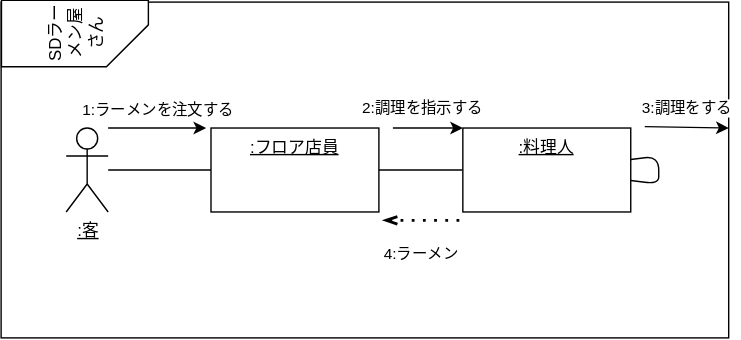
Earlier version of the draw.io export 例題5-1_ラーメン注文配膳.drawio.svg (nakamachiJP/uml-introduction). Source tidied: cells renumbered, new cells last; positions are measured from the earlier drawing's top-left corner, leaving out a move shared by most shapes. Source of this version:
```xml
<mxGraphModel>
  <root>
    <mxCell id="0" />
    <mxCell id="1" parent="0" />
    <mxCell id="2" style="rounded=0;whiteSpace=wrap;html=1;" parent="1" vertex="1">
      <mxGeometry y="30" width="520" height="240" as="geometry" />
    </mxCell>
    <mxCell id="3" value="SDラーメン屋さん" style="shape=card;whiteSpace=wrap;html=1;rotation=-90;flipV=1;" parent="1" vertex="1">
      <mxGeometry x="29" width="47.5" height="105" as="geometry" />
    </mxCell>
    <mxCell id="4" style="edgeStyle=none;html=1;endArrow=none;endFill=0;" parent="1" edge="1" source="5" target="7">
      <mxGeometry relative="1" as="geometry" />
    </mxCell>
    <mxCell id="5" value="&lt;u&gt;:客&lt;/u&gt;" style="shape=umlActor;verticalLabelPosition=bottom;verticalAlign=top;html=1;outlineConnect=0;" parent="1" vertex="1">
      <mxGeometry x="46.5" y="120" width="30" height="60" as="geometry" />
    </mxCell>
    <mxCell id="6" style="edgeStyle=none;html=1;endArrow=none;endFill=0;" parent="1" edge="1" source="7" target="8">
      <mxGeometry relative="1" as="geometry" />
    </mxCell>
    <mxCell id="7" value="&lt;u&gt;:フロア店員&lt;/u&gt;" style="whiteSpace=wrap;html=1;verticalAlign=top;" parent="1" vertex="1">
      <mxGeometry x="150" y="120" width="120" height="60" as="geometry" />
    </mxCell>
    <mxCell id="8" value="&lt;u&gt;:料理人&lt;/u&gt;" style="whiteSpace=wrap;html=1;verticalAlign=top;" parent="1" vertex="1">
      <mxGeometry x="330" y="120" width="120" height="60" as="geometry" />
    </mxCell>
    <mxCell id="9" style="endArrow=classic;html=1;" parent="1" edge="1">
      <mxGeometry relative="1" as="geometry">
        <mxPoint x="76.5" y="120" as="sourcePoint" />
        <mxPoint x="146.5" y="120" as="targetPoint" />
      </mxGeometry>
    </mxCell>
    <mxCell id="10" value="1:ラーメンを注文する" style="edgeLabel;html=1;align=center;verticalAlign=middle;" parent="9" vertex="1">
      <mxGeometry relative="1" as="geometry">
        <mxPoint y="-14" as="offset" />
      </mxGeometry>
    </mxCell>
    <mxCell id="11" style="endArrow=classic;html=1;" parent="1" edge="1">
      <mxGeometry relative="1" as="geometry">
        <mxPoint x="280" y="120" as="sourcePoint" />
        <mxPoint x="330" y="120" as="targetPoint" />
      </mxGeometry>
    </mxCell>
    <mxCell id="12" value="2:調理を指示する" style="edgeLabel;html=1;align=center;verticalAlign=middle;" parent="11" vertex="1">
      <mxGeometry relative="1" as="geometry">
        <mxPoint x="-5" y="-15" as="offset" />
      </mxGeometry>
    </mxCell>
    <mxCell id="13" style="endArrow=classic;html=1;" parent="1" edge="1">
      <mxGeometry relative="1" as="geometry">
        <mxPoint x="460" y="119" as="sourcePoint" />
        <mxPoint x="520" y="120" as="targetPoint" />
      </mxGeometry>
    </mxCell>
    <mxCell id="14" value="3:調理をする" style="edgeLabel;html=1;align=center;verticalAlign=middle;" parent="13" vertex="1">
      <mxGeometry relative="1" as="geometry">
        <mxPoint y="-14" as="offset" />
      </mxGeometry>
    </mxCell>
    <mxCell id="15" style="edgeStyle=none;html=1;endArrow=none;endFill=0;" parent="1" edge="1" source="8" target="8">
      <mxGeometry relative="1" as="geometry" />
    </mxCell>
    <mxCell id="16" value="4:ラーメン" style="endArrow=none;dashed=1;html=1;dashPattern=1 3;strokeWidth=2;startArrow=openThin;startFill=0;" parent="1" edge="1">
      <mxGeometry x="-0.1" y="-24" relative="1" as="geometry">
        <mxPoint x="273" y="186" as="sourcePoint" />
        <mxPoint x="333" y="186" as="targetPoint" />
      </mxGeometry>
    </mxCell>
  </root>
</mxGraphModel>
```
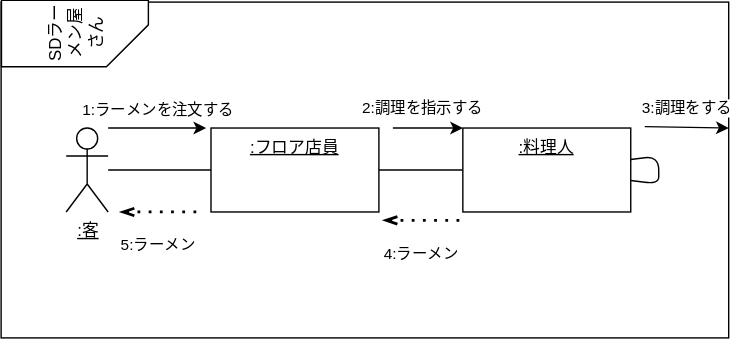
After the change.

Change to the diagram source:
```diff
@@ -65,5 +65,11 @@
         <mxPoint x="333" y="186" as="targetPoint" />
       </mxGeometry>
     </mxCell>
+    <mxCell id="17" value="5:ラーメン" style="endArrow=none;dashed=1;html=1;dashPattern=1 3;strokeWidth=2;startArrow=openThin;startFill=0;" parent="1" edge="1">
+      <mxGeometry x="-0.1" y="-24" relative="1" as="geometry">
+        <mxPoint x="85" y="180" as="sourcePoint" />
+        <mxPoint x="145" y="180" as="targetPoint" />
+      </mxGeometry>
+    </mxCell>
   </root>
 </mxGraphModel>
```
